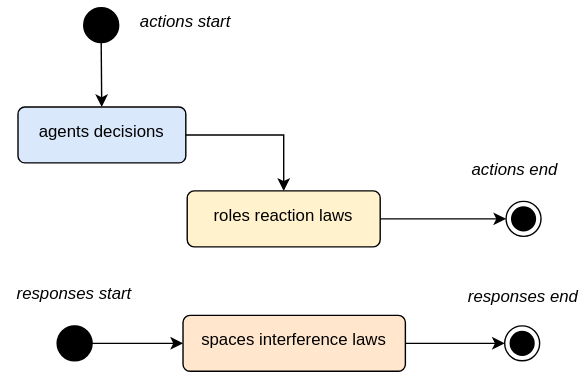
Earlier version of the draw.io export docs/diagrams/dynamic_parallel_actions.drawio.svg (MalcomChumchouaPenda/MC-AB-SFC2). Source tidied: cells renumbered, new cells last; positions are measured from the earlier drawing's top-left corner, leaving out a move shared by most shapes.
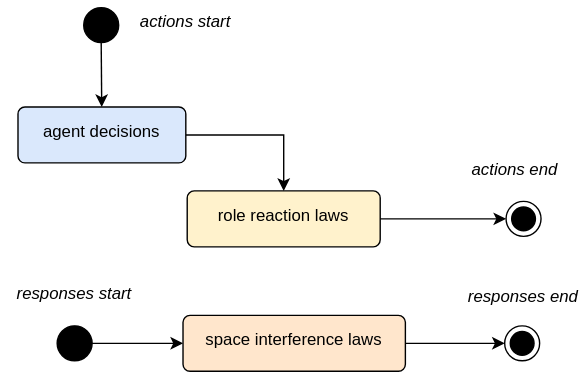
The same file after the commit.

Diff of the diagram source:
```diff
@@ -5,16 +5,16 @@
     <mxCell id="2" style="edgeStyle=orthogonalEdgeStyle;html=1;entryX=0.5;entryY=0;entryDx=0;entryDy=0;exitX=1;exitY=0.5;exitDx=0;exitDy=0;rounded=0;curved=0;" parent="1" edge="1" source="3" target="4">
       <mxGeometry relative="1" as="geometry" />
     </mxCell>
-    <mxCell id="3" value="agents decisions" style="html=1;align=center;verticalAlign=top;rounded=1;absoluteArcSize=1;arcSize=10;dashed=0;whiteSpace=wrap;spacingTop=4;fillColor=#dae8fc;strokeColor=#000000;" parent="1" vertex="1">
+    <mxCell id="3" value="agent decisions" style="html=1;align=center;verticalAlign=top;rounded=1;absoluteArcSize=1;arcSize=10;dashed=0;whiteSpace=wrap;spacingTop=4;fillColor=#dae8fc;strokeColor=#000000;" parent="1" vertex="1">
       <mxGeometry x="12" y="76" width="120" height="40" as="geometry" />
     </mxCell>
-    <mxCell id="4" value="roles reaction laws" style="html=1;align=center;verticalAlign=top;rounded=1;absoluteArcSize=1;arcSize=10;dashed=0;whiteSpace=wrap;spacingTop=4;fillColor=#fff2cc;strokeColor=#000000;" parent="1" vertex="1">
+    <mxCell id="4" value="role reaction laws" style="html=1;align=center;verticalAlign=top;rounded=1;absoluteArcSize=1;arcSize=10;dashed=0;whiteSpace=wrap;spacingTop=4;fillColor=#fff2cc;strokeColor=#000000;" parent="1" vertex="1">
       <mxGeometry x="133" y="136" width="138" height="40" as="geometry" />
     </mxCell>
     <mxCell id="5" style="edgeStyle=none;html=1;entryX=0;entryY=0.5;entryDx=0;entryDy=0;exitX=1;exitY=0.5;exitDx=0;exitDy=0;" parent="1" edge="1" source="6" target="9">
       <mxGeometry relative="1" as="geometry" />
     </mxCell>
-    <mxCell id="6" value="spaces interference laws" style="html=1;align=center;verticalAlign=top;rounded=1;absoluteArcSize=1;arcSize=10;dashed=0;whiteSpace=wrap;spacingTop=4;fillColor=#ffe6cc;strokeColor=#000000;" parent="1" vertex="1">
+    <mxCell id="6" value="space interference laws" style="html=1;align=center;verticalAlign=top;rounded=1;absoluteArcSize=1;arcSize=10;dashed=0;whiteSpace=wrap;spacingTop=4;fillColor=#ffe6cc;strokeColor=#000000;" parent="1" vertex="1">
       <mxGeometry x="130" y="225" width="159" height="40" as="geometry" />
     </mxCell>
     <mxCell id="7" style="edgeStyle=none;html=1;" parent="1" edge="1" source="8" target="3">
```
